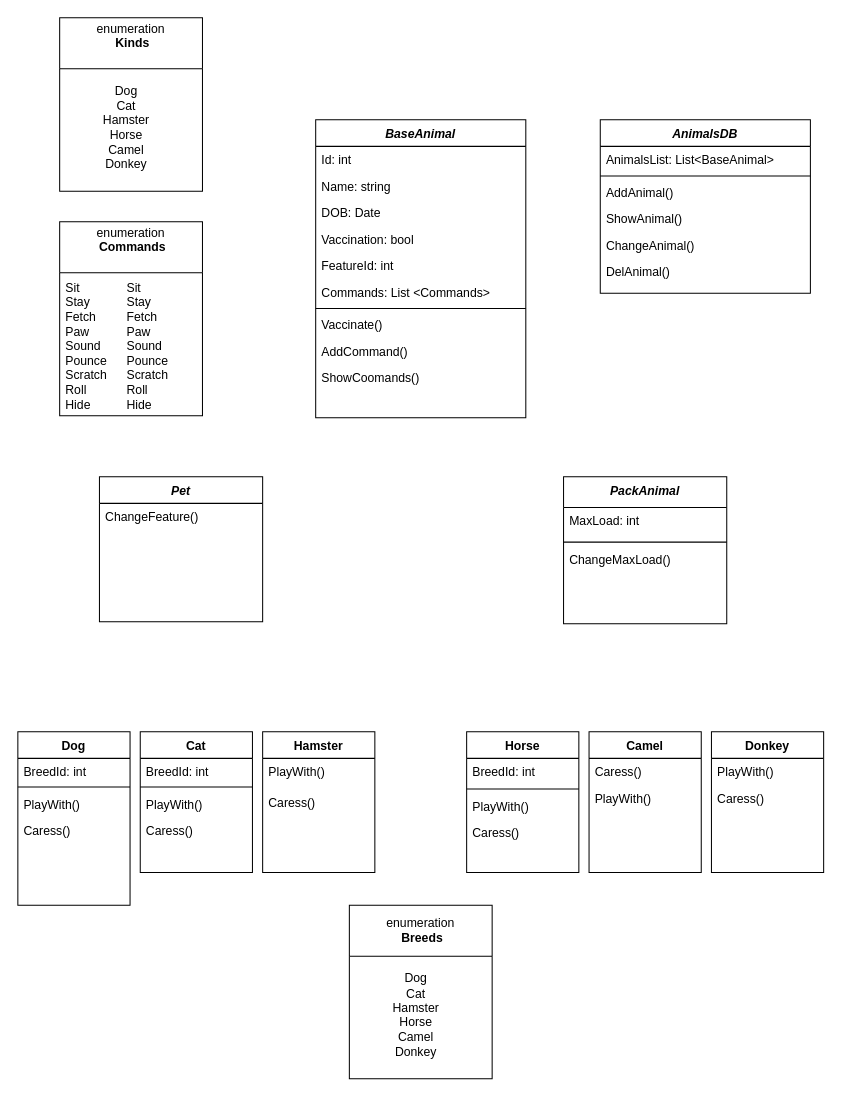
ins1der23/Homeworks keeps this draw.io diagram as HumanFriends/HumanFriends.drawio. Above is the earlier version. Source tidied: cells renumbered, new cells numbered last; positions are measured from the earlier drawing's top-left corner, leaving out a move shared by most shapes. Both pictures are drawn from the tidied source at 102%, with x=0, y=0 at pixel (17, 17).
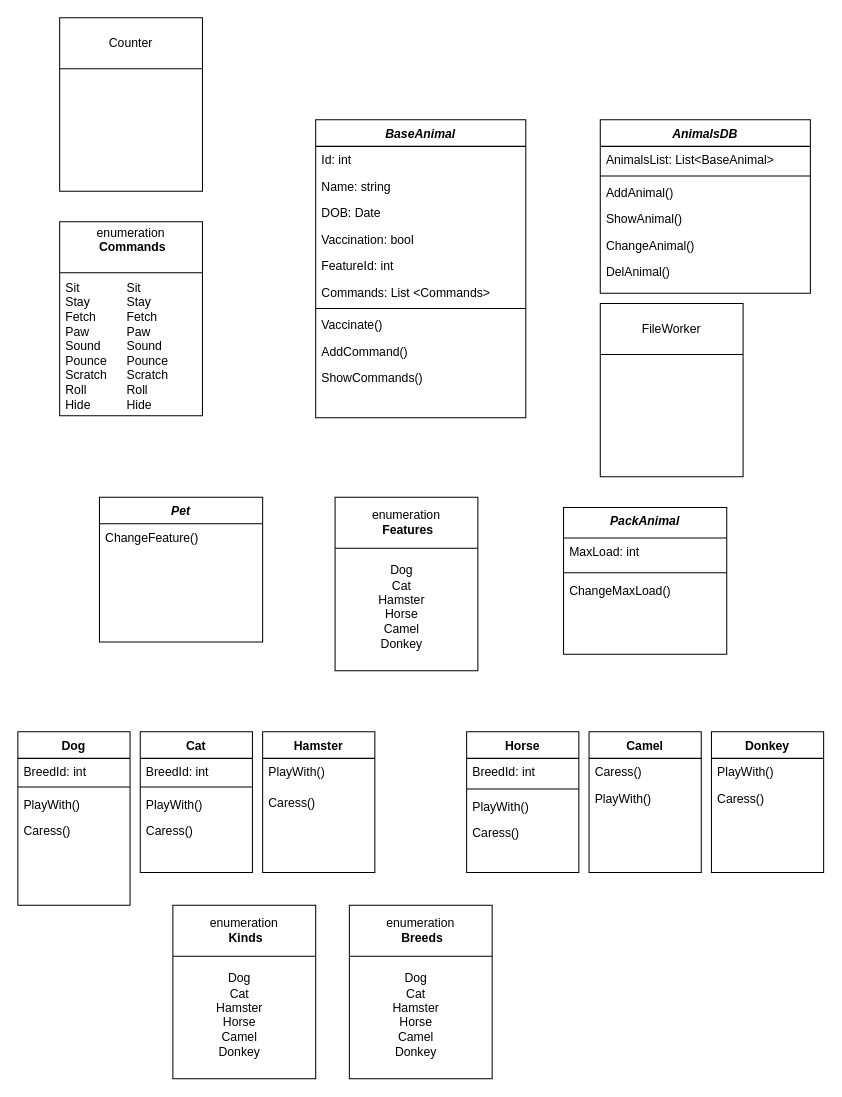
The same page after the edit.

Unchanged cells that the change refers to:
```xml
<mxCell id="2" value="BaseAnimal" style="swimlane;fontStyle=3;align=center;verticalAlign=top;horizontal=1;startSize=26;rounded=0;shadow=0;strokeWidth=1;" parent="1" vertex="1">
  <mxGeometry x="292" y="100" width="206" height="292" as="geometry" />
</mxCell>
```

What changed in the source:
```diff
@@
-    <mxCell id="12" value="ShowCoomands()" style="text;align=left;verticalAlign=top;spacingLeft=4;spacingRight=4;overflow=hidden;" parent="2" vertex="1">
+    <mxCell id="12" value="ShowCommands()" style="text;align=left;verticalAlign=top;spacingLeft=4;spacingRight=4;overflow=hidden;" parent="2" vertex="1">
       <mxGeometry y="240" width="206" height="26" as="geometry" />
     </mxCell>
     <mxCell id="13" value="Pet&#10;" style="swimlane;fontStyle=3;align=center;verticalAlign=top;horizontal=1;startSize=26;rounded=0;shadow=0;strokeWidth=1;" parent="1" vertex="1">
-      <mxGeometry x="80" y="450" width="160" height="142" as="geometry" />
+      <mxGeometry x="80" y="470" width="160" height="142" as="geometry" />
     </mxCell>
@@
     <mxCell id="15" value="PackAnimal" style="swimlane;fontStyle=3;align=center;verticalAlign=top;horizontal=1;startSize=30;rounded=0;shadow=0;strokeWidth=1;" parent="1" vertex="1">
-      <mxGeometry x="535" y="450" width="160" height="144" as="geometry" />
+      <mxGeometry x="535" y="480" width="160" height="144" as="geometry" />
     </mxCell>
@@
-    <mxCell id="46" value="enumeration&lt;div&gt;&amp;nbsp;&lt;b&gt;Kinds&lt;/b&gt;&lt;div&gt;&lt;br&gt;&lt;/div&gt;&lt;/div&gt;" style="swimlane;whiteSpace=wrap;html=1;startSize=50;fontStyle=0;" parent="1" vertex="1">
+    <mxCell id="46" value="Counter" style="swimlane;whiteSpace=wrap;html=1;startSize=50;fontStyle=0;" parent="1" vertex="1">
       <mxGeometry x="41" width="140" height="170" as="geometry" />
     </mxCell>
-    <mxCell id="47" value="Dog&lt;div&gt;Cat&lt;/div&gt;&lt;div&gt;Hamster&lt;/div&gt;&lt;div&gt;Horse&lt;/div&gt;&lt;div&gt;Camel&lt;/div&gt;&lt;div&gt;Donkey&lt;/div&gt;&lt;div&gt;&lt;br&gt;&lt;/div&gt;" style="text;html=1;align=center;verticalAlign=middle;strokeColor=none;fillColor=none;" parent="46" vertex="1">
-      <mxGeometry x="30" y="60" width="70" height="110" as="geometry" />
-    </mxCell>
@@
+    <mxCell id="57" value="FileWorker" style="swimlane;whiteSpace=wrap;html=1;startSize=50;fontStyle=0;" parent="1" vertex="1">
+      <mxGeometry x="571" y="280" width="140" height="170" as="geometry" />
+    </mxCell>
+    <mxCell id="58" value="enumeration&lt;div&gt;&amp;nbsp;&lt;b&gt;Kinds&lt;/b&gt;&lt;/div&gt;" style="swimlane;whiteSpace=wrap;html=1;startSize=50;fontStyle=0;" parent="1" vertex="1">
+      <mxGeometry x="152" y="870" width="140" height="170" as="geometry" />
+    </mxCell>
+    <mxCell id="59" value="Dog&lt;div&gt;Cat&lt;/div&gt;&lt;div&gt;Hamster&lt;/div&gt;&lt;div&gt;Horse&lt;/div&gt;&lt;div&gt;Camel&lt;/div&gt;&lt;div&gt;Donkey&lt;/div&gt;&lt;div&gt;&lt;br&gt;&lt;/div&gt;" style="text;html=1;align=center;verticalAlign=middle;strokeColor=none;fillColor=none;" parent="58" vertex="1">
+      <mxGeometry x="30" y="60" width="70" height="110" as="geometry" />
+    </mxCell>
+    <mxCell id="60" value="enumeration&lt;div&gt;&amp;nbsp;&lt;b&gt;Features&lt;/b&gt;&lt;/div&gt;" style="swimlane;whiteSpace=wrap;html=1;startSize=50;fontStyle=0;" parent="1" vertex="1">
+      <mxGeometry x="311" y="470" width="140" height="170" as="geometry" />
+    </mxCell>
+    <mxCell id="61" value="Dog&lt;div&gt;Cat&lt;/div&gt;&lt;div&gt;Hamster&lt;/div&gt;&lt;div&gt;Horse&lt;/div&gt;&lt;div&gt;Camel&lt;/div&gt;&lt;div&gt;Donkey&lt;/div&gt;&lt;div&gt;&lt;br&gt;&lt;/div&gt;" style="text;html=1;align=center;verticalAlign=middle;strokeColor=none;fillColor=none;" parent="60" vertex="1">
+      <mxGeometry x="30" y="60" width="70" height="110" as="geometry" />
+    </mxCell>
```
